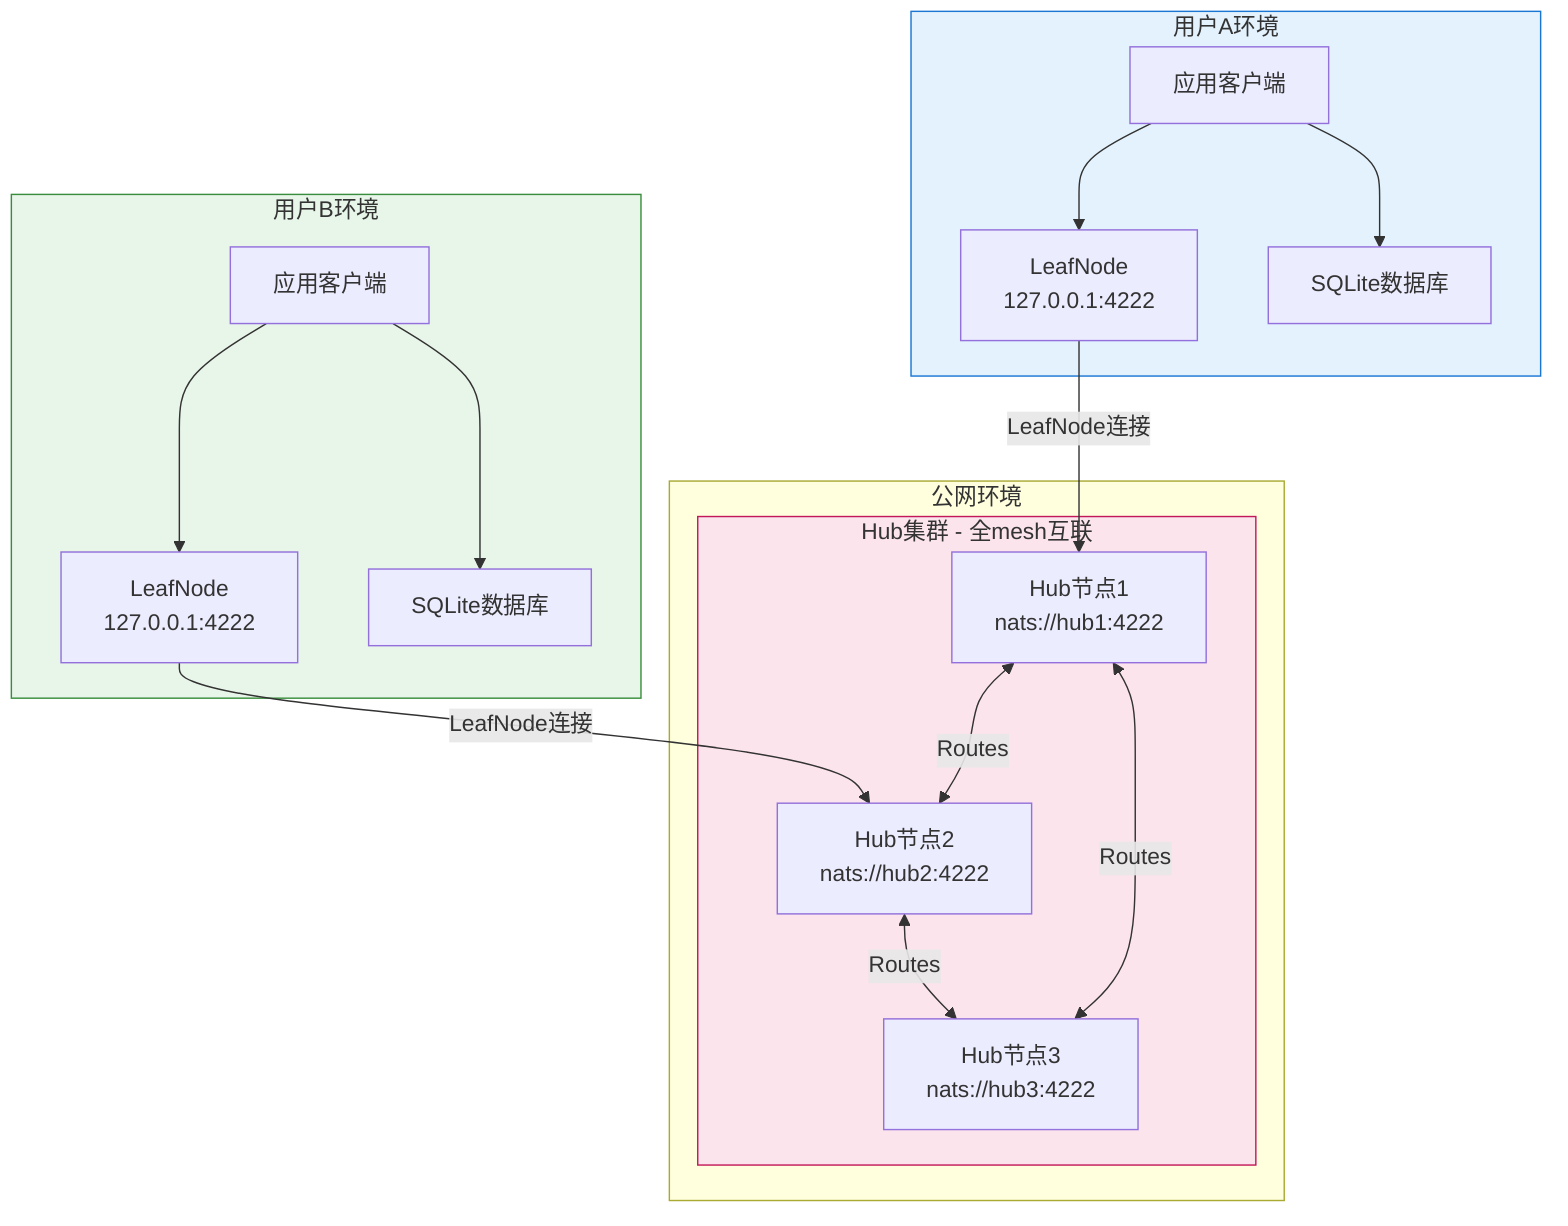
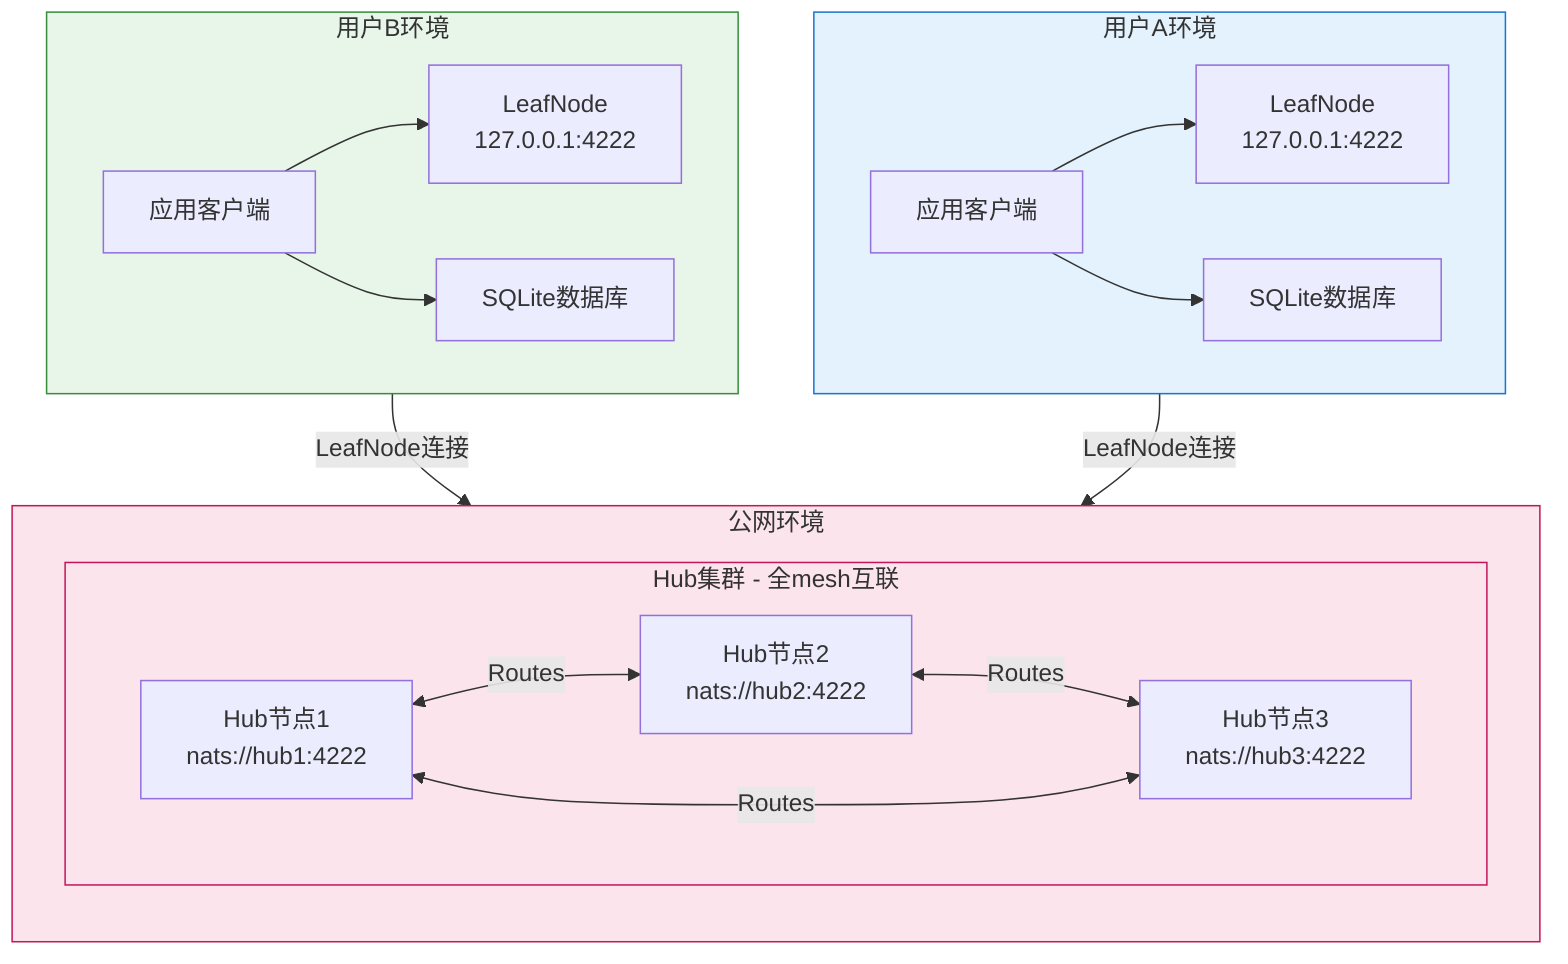
%% Hub集群部署架构图
graph TB
-     subgraph Internet["公网环境"]
-         subgraph HubCluster["Hub集群 - 全mesh互联"]
-             H1[Hub节点1<br/>nats://hub1:4222]
-             H2[Hub节点2<br/>nats://hub2:4222]
-             H3[Hub节点3<br/>nats://hub3:4222]
-             H1 <-->|Routes| H2
-             H2 <-->|Routes| H3
-             H3 <-->|Routes| H1
-         end
-     end
- 
    subgraph UserA["用户A环境"]
+         direction LR
        A1[应用客户端]
        A2[LeafNode<br/>127.0.0.1:4222]
        A3[SQLite数据库]
        A1 --> A2
        A1 --> A3
    end

    subgraph UserB["用户B环境"]
+         direction LR
        B1[应用客户端]
        B2[LeafNode<br/>127.0.0.1:4222]
        B3[SQLite数据库]
        B1 --> B2
        B1 --> B3
    end

-     A2 -->|LeafNode连接| H1
-     B2 -->|LeafNode连接| H2
+     subgraph Internet["公网环境"]
+         direction TB
+         subgraph HubCluster["Hub集群 - 全mesh互联"]
+             direction LR
+             H1[Hub节点1<br/>nats://hub1:4222]
+             H2[Hub节点2<br/>nats://hub2:4222]
+             H3[Hub节点3<br/>nats://hub3:4222]
+             H1 <--> |Routes| H2
+             H2 <--> |Routes| H3
+             H3 <--> |Routes| H1
+         end
+     end

-     style HubCluster fill:#fce4ec,stroke:#c2185b
+     A2 --> |LeafNode连接| H1
+     B2 --> |LeafNode连接| H2
+ 
    style UserA fill:#e3f2fd,stroke:#1976d2
    style UserB fill:#e8f5e9,stroke:#388e3c
+     style Internet fill:#fce4ec,stroke:#c2185b
+     style HubCluster fill:#fce4ec,stroke:#c2185b
